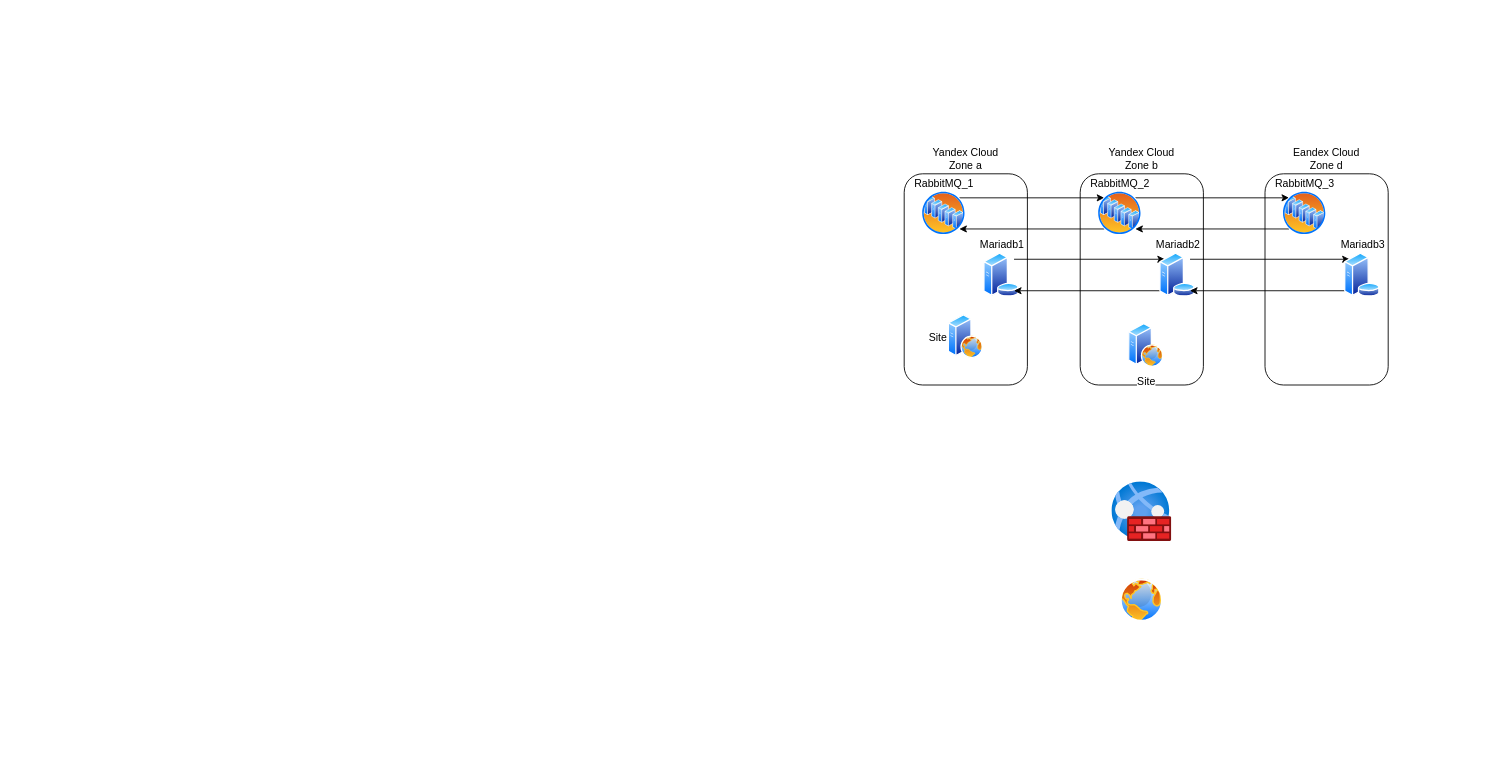
Earlier version of the draw.io diagram Untitled Diagram.drawio (Dasatrys/cosmos-web). Source tidied: cells renumbered, new cells numbered last; positions are measured from the earlier drawing's top-left corner, leaving out a move shared by most shapes. Both pictures are drawn from the tidied source at 88%, with x=0, y=0 at pixel (904, 173).
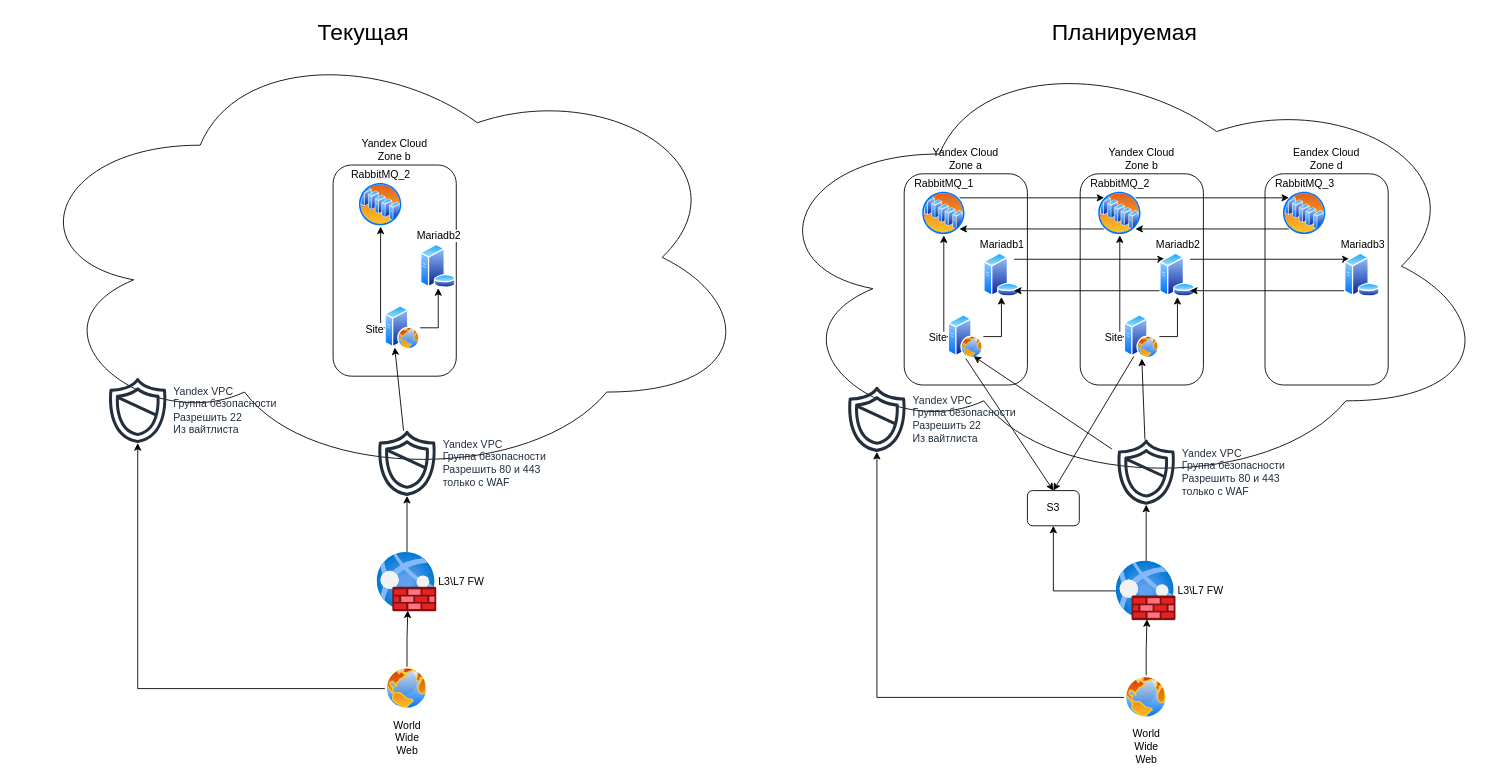
The same diagram, later.

The change refers to these unchanged cells:
```xml
<mxCell id="8" value="&lt;div&gt;RabbitMQ_1&lt;/div&gt;" style="image;perimeter=ellipsePerimeter;html=1;align=center;shadow=0;dashed=0;spacingTop=3;image=img/lib/active_directory/server_farm.svg;labelPosition=center;verticalLabelPosition=top;verticalAlign=bottom;" parent="1" vertex="1">
  <mxGeometry x="20" y="20" width="50" height="50" as="geometry" />
</mxCell>
<mxCell id="13" value="&lt;div&gt;RabbitMQ_3&lt;/div&gt;" style="image;perimeter=ellipsePerimeter;html=1;align=center;shadow=0;dashed=0;spacingTop=3;image=img/lib/active_directory/server_farm.svg;labelPosition=center;verticalLabelPosition=top;verticalAlign=bottom;" parent="1" vertex="1">
  <mxGeometry x="430" y="20" width="50" height="50" as="geometry" />
</mxCell>
<mxCell id="15" value="&lt;div&gt;Mariadb1&lt;/div&gt;" style="image;perimeter=ellipsePerimeter;html=1;align=center;shadow=0;dashed=0;spacingTop=3;image=img/lib/active_directory/database_server.svg;labelPosition=center;verticalLabelPosition=top;verticalAlign=bottom;" parent="1" vertex="1">
  <mxGeometry x="90" y="90" width="41" height="50" as="geometry" />
</mxCell>
<mxCell id="20" value="Mariadb3" style="image;perimeter=ellipsePerimeter;html=1;align=center;shadow=0;dashed=0;spacingTop=3;image=img/lib/active_directory/database_server.svg;labelPosition=center;verticalLabelPosition=top;verticalAlign=bottom;" parent="1" vertex="1">
  <mxGeometry x="500" y="90" width="41" height="50" as="geometry" />
</mxCell>
```

Diff of the diagram source:
```diff
@@
+    <mxCell id="23" style="ellipse;shape=cloud;whiteSpace=wrap;html=1;" parent="1" vertex="1">
+      <mxGeometry x="-1010" y="-160" width="840" height="510" as="geometry" />
+    </mxCell>
+    <mxCell id="24" style="edgeStyle=orthogonalEdgeStyle;rounded=0;jettySize=auto;html=1;exitX=0;exitY=0.5;exitDx=0;exitDy=0;" parent="1" edge="1" source="2" target="32">
+      <mxGeometry relative="1" as="geometry" />
+    </mxCell>
-    <mxCell id="2" style="image;perimeter=ellipsePerimeter;html=1;align=center;shadow=0;dashed=0;spacingTop=3;image=img/lib/active_directory/internet_globe.svg;" parent="1" vertex="1">
-      <mxGeometry x="245" y="460" width="50" height="50" as="geometry" />
+    <mxCell id="2" value="&lt;div&gt;World&lt;/div&gt;&lt;div&gt;Wide&lt;/div&gt;&lt;div&gt;Web&lt;/div&gt;" style="image;perimeter=ellipsePerimeter;html=1;align=center;shadow=0;dashed=0;spacingTop=3;image=img/lib/active_directory/internet_globe.svg;" parent="1" vertex="1">
+      <mxGeometry x="-590" y="560" width="50" height="50" as="geometry" />
     </mxCell>
+    <mxCell id="25" style="edgeStyle=orthogonalEdgeStyle;rounded=0;jettySize=auto;html=1;" parent="1" edge="1" source="3" target="30">
+      <mxGeometry relative="1" as="geometry" />
+    </mxCell>
-    <mxCell id="3" style="image;html=1;points=[];align=center;fontSize=12;image=img/lib/azure2/networking/Web_Application_Firewall_Policies_WAF.svg;" parent="1" vertex="1">
-      <mxGeometry x="236" y="350" width="68" height="68" as="geometry" />
+    <mxCell id="3" value="L3\L7 FW" style="image;html=1;points=[];align=left;fontSize=12;image=img/lib/azure2/networking/Web_Application_Firewall_Policies_WAF.svg;labelPosition=right;verticalLabelPosition=middle;verticalAlign=middle;" parent="1" vertex="1">
+      <mxGeometry x="-599" y="430" width="68" height="68" as="geometry" />
     </mxCell>
+    <mxCell id="5" value="&lt;div&gt;Yandex Cloud&lt;/div&gt;&lt;div&gt;Zone b&lt;/div&gt;" style="rounded=1;whiteSpace=wrap;html=1;labelPosition=center;verticalLabelPosition=top;align=center;verticalAlign=bottom;" parent="1" vertex="1">
+      <mxGeometry x="-649" y="-10" width="140" height="240" as="geometry" />
+    </mxCell>
+    <mxCell id="11" value="&lt;div&gt;RabbitMQ_2&lt;/div&gt;" style="image;perimeter=ellipsePerimeter;html=1;align=center;shadow=0;dashed=0;spacingTop=3;image=img/lib/active_directory/server_farm.svg;labelPosition=center;verticalLabelPosition=top;verticalAlign=bottom;" parent="1" vertex="1">
+      <mxGeometry x="-620" y="10" width="50" height="50" as="geometry" />
+    </mxCell>
+    <mxCell id="18" value="Mariadb2" style="image;perimeter=ellipsePerimeter;html=1;align=center;shadow=0;dashed=0;spacingTop=3;image=img/lib/active_directory/database_server.svg;labelPosition=center;verticalLabelPosition=top;verticalAlign=bottom;" parent="1" vertex="1">
+      <mxGeometry x="-550" y="80" width="41" height="50" as="geometry" />
+    </mxCell>
+    <mxCell id="26" style="edgeStyle=orthogonalEdgeStyle;rounded=0;jettySize=auto;html=1;exitX=0;exitY=0.5;exitDx=0;exitDy=0;entryX=0.5;entryY=1;entryDx=0;entryDy=0;" parent="1" edge="1" source="28" target="11">
+      <mxGeometry relative="1" as="geometry">
+        <Array as="points">
+          <mxPoint x="-595" y="175" />
+        </Array>
+      </mxGeometry>
+    </mxCell>
+    <mxCell id="27" style="edgeStyle=orthogonalEdgeStyle;rounded=0;jettySize=auto;html=1;exitX=1;exitY=0.5;exitDx=0;exitDy=0;entryX=0.5;entryY=1;entryDx=0;entryDy=0;" parent="1" edge="1" source="28" target="18">
+      <mxGeometry relative="1" as="geometry" />
+    </mxCell>
+    <mxCell id="28" value="Site" style="image;perimeter=ellipsePerimeter;html=1;align=right;shadow=0;dashed=0;spacingTop=3;image=img/lib/active_directory/web_server.svg;labelPosition=left;verticalLabelPosition=middle;verticalAlign=middle;" parent="1" vertex="1">
+      <mxGeometry x="-590" y="150" width="40" height="50" as="geometry" />
+    </mxCell>
+    <mxCell id="29" style="rounded=0;jettySize=auto;html=1;entryX=0.25;entryY=1;entryDx=0;entryDy=0;" parent="1" edge="1" source="30" target="28">
+      <mxGeometry relative="1" as="geometry" />
+    </mxCell>
+    <mxCell id="30" value="&lt;div&gt;Yandex VPC&lt;/div&gt;&lt;div&gt;Группа безопасности&lt;/div&gt;&lt;div&gt;Разрешить 80 и 443&amp;nbsp;&lt;/div&gt;&lt;div&gt;только с WAF&lt;/div&gt;" style="sketch=0;outlineConnect=0;fontColor=#232F3E;gradientColor=none;fillColor=#232F3D;strokeColor=none;dashed=0;verticalLabelPosition=middle;verticalAlign=middle;align=left;html=1;fontSize=12;fontStyle=0;shape=mxgraph.aws4.shield2;labelPosition=right;" parent="1" vertex="1">
+      <mxGeometry x="-604" y="290" width="78" height="78" as="geometry" />
+    </mxCell>
+    <mxCell id="31" style="edgeStyle=orthogonalEdgeStyle;rounded=0;jettySize=auto;html=1;exitX=0.5;exitY=0;exitDx=0;exitDy=0;entryX=0.513;entryY=0.974;entryDx=0;entryDy=0;entryPerimeter=0;" parent="1" edge="1" source="2" target="3">
+      <mxGeometry relative="1" as="geometry" />
+    </mxCell>
+    <mxCell id="32" value="&lt;div&gt;Yandex VPC&lt;/div&gt;&lt;div&gt;Группа безопасности&lt;/div&gt;&lt;div&gt;Разрешить 22&lt;/div&gt;&lt;div&gt;Из вайтлиста &lt;br&gt;&lt;/div&gt;" style="sketch=0;outlineConnect=0;fontColor=#232F3E;gradientColor=none;fillColor=#232F3D;strokeColor=none;dashed=0;verticalLabelPosition=middle;verticalAlign=middle;align=left;html=1;fontSize=12;fontStyle=0;shape=mxgraph.aws4.shield2;labelPosition=right;" parent="1" vertex="1">
+      <mxGeometry x="-910" y="230" width="78" height="78" as="geometry" />
+    </mxCell>
+    <mxCell id="33" style="ellipse;shape=cloud;whiteSpace=wrap;html=1;" parent="1" vertex="1">
+      <mxGeometry x="-170" y="-150" width="840" height="510" as="geometry" />
+    </mxCell>
+    <mxCell id="34" style="edgeStyle=orthogonalEdgeStyle;rounded=0;jettySize=auto;html=1;exitX=0;exitY=0.5;exitDx=0;exitDy=0;" parent="1" edge="1" source="35" target="62">
+      <mxGeometry relative="1" as="geometry" />
+    </mxCell>
+    <mxCell id="35" value="&lt;div&gt;World&lt;/div&gt;&lt;div&gt;Wide&lt;/div&gt;&lt;div&gt;Web&lt;/div&gt;" style="image;perimeter=ellipsePerimeter;html=1;align=center;shadow=0;dashed=0;spacingTop=3;image=img/lib/active_directory/internet_globe.svg;" parent="1" vertex="1">
+      <mxGeometry x="250" y="570" width="50" height="50" as="geometry" />
+    </mxCell>
+    <mxCell id="36" style="edgeStyle=orthogonalEdgeStyle;rounded=0;jettySize=auto;html=1;" parent="1" edge="1" source="38" target="60">
+      <mxGeometry relative="1" as="geometry" />
+    </mxCell>
+    <mxCell id="37" style="edgeStyle=orthogonalEdgeStyle;rounded=0;jettySize=auto;html=1;entryX=0.5;entryY=1;entryDx=0;entryDy=0;" parent="1" edge="1" source="38" target="63">
+      <mxGeometry relative="1" as="geometry" />
+    </mxCell>
+    <mxCell id="38" value="L3\L7 FW" style="image;html=1;points=[];align=left;fontSize=12;image=img/lib/azure2/networking/Web_Application_Firewall_Policies_WAF.svg;labelPosition=right;verticalLabelPosition=middle;verticalAlign=middle;" parent="1" vertex="1">
+      <mxGeometry x="241" y="440" width="68" height="68" as="geometry" />
+    </mxCell>
@@
-    <mxCell id="5" value="&lt;div&gt;Yandex Cloud&lt;/div&gt;&lt;div&gt;Zone b&lt;/div&gt;" style="rounded=1;whiteSpace=wrap;html=1;labelPosition=center;verticalLabelPosition=top;align=center;verticalAlign=bottom;" parent="1" vertex="1">
-      <mxGeometry x="200" width="140" height="240" as="geometry" />
-    </mxCell>
+    <mxCell id="39" value="&lt;div&gt;Yandex Cloud&lt;/div&gt;&lt;div&gt;Zone b&lt;/div&gt;" style="rounded=1;whiteSpace=wrap;html=1;labelPosition=center;verticalLabelPosition=top;align=center;verticalAlign=bottom;" parent="1" vertex="1">
+      <mxGeometry x="200" width="140" height="240" as="geometry" />
+    </mxCell>
@@
-    <mxCell id="7" style="edgeStyle=orthogonalEdgeStyle;rounded=0;jettySize=auto;html=1;exitX=1;exitY=0;exitDx=0;exitDy=0;entryX=0;entryY=0;entryDx=0;entryDy=0;" parent="1" edge="1" source="8" target="11">
-      <mxGeometry relative="1" as="geometry" />
-    </mxCell>
+    <mxCell id="40" style="edgeStyle=orthogonalEdgeStyle;rounded=0;jettySize=auto;html=1;exitX=1;exitY=0;exitDx=0;exitDy=0;entryX=0;entryY=0;entryDx=0;entryDy=0;" parent="1" edge="1" source="8" target="43">
+      <mxGeometry relative="1" as="geometry" />
+    </mxCell>
@@
-    <mxCell id="9" style="edgeStyle=orthogonalEdgeStyle;rounded=0;jettySize=auto;html=1;exitX=0;exitY=1;exitDx=0;exitDy=0;entryX=1;entryY=1;entryDx=0;entryDy=0;" parent="1" edge="1" source="11" target="8">
-      <mxGeometry relative="1" as="geometry" />
-    </mxCell>
-    <mxCell id="10" style="edgeStyle=orthogonalEdgeStyle;rounded=0;jettySize=auto;html=1;exitX=1;exitY=0;exitDx=0;exitDy=0;entryX=0;entryY=0;entryDx=0;entryDy=0;" parent="1" edge="1" source="11" target="13">
-      <mxGeometry relative="1" as="geometry" />
-    </mxCell>
-    <mxCell id="11" value="&lt;div&gt;RabbitMQ_2&lt;/div&gt;" style="image;perimeter=ellipsePerimeter;html=1;align=center;shadow=0;dashed=0;spacingTop=3;image=img/lib/active_directory/server_farm.svg;labelPosition=center;verticalLabelPosition=top;verticalAlign=bottom;" parent="1" vertex="1">
-      <mxGeometry x="220" y="20" width="50" height="50" as="geometry" />
-    </mxCell>
-    <mxCell id="12" style="edgeStyle=orthogonalEdgeStyle;rounded=0;jettySize=auto;html=1;exitX=0;exitY=1;exitDx=0;exitDy=0;entryX=1;entryY=1;entryDx=0;entryDy=0;" parent="1" edge="1" source="13" target="11">
-      <mxGeometry relative="1" as="geometry" />
-    </mxCell>
+    <mxCell id="41" style="edgeStyle=orthogonalEdgeStyle;rounded=0;jettySize=auto;html=1;exitX=0;exitY=1;exitDx=0;exitDy=0;entryX=1;entryY=1;entryDx=0;entryDy=0;" parent="1" edge="1" source="43" target="8">
+      <mxGeometry relative="1" as="geometry" />
+    </mxCell>
+    <mxCell id="42" style="edgeStyle=orthogonalEdgeStyle;rounded=0;jettySize=auto;html=1;exitX=1;exitY=0;exitDx=0;exitDy=0;entryX=0;entryY=0;entryDx=0;entryDy=0;" parent="1" edge="1" source="43" target="13">
+      <mxGeometry relative="1" as="geometry" />
+    </mxCell>
+    <mxCell id="43" value="&lt;div&gt;RabbitMQ_2&lt;/div&gt;" style="image;perimeter=ellipsePerimeter;html=1;align=center;shadow=0;dashed=0;spacingTop=3;image=img/lib/active_directory/server_farm.svg;labelPosition=center;verticalLabelPosition=top;verticalAlign=bottom;" parent="1" vertex="1">
+      <mxGeometry x="220" y="20" width="50" height="50" as="geometry" />
+    </mxCell>
+    <mxCell id="44" style="edgeStyle=orthogonalEdgeStyle;rounded=0;jettySize=auto;html=1;exitX=0;exitY=1;exitDx=0;exitDy=0;entryX=1;entryY=1;entryDx=0;entryDy=0;" parent="1" edge="1" source="13" target="43">
+      <mxGeometry relative="1" as="geometry" />
+    </mxCell>
@@
-    <mxCell id="14" style="edgeStyle=orthogonalEdgeStyle;rounded=0;jettySize=auto;html=1;exitX=1;exitY=0;exitDx=0;exitDy=0;entryX=0;entryY=0;entryDx=0;entryDy=0;" parent="1" edge="1" source="15" target="18">
-      <mxGeometry relative="1" as="geometry" />
-    </mxCell>
+    <mxCell id="45" style="edgeStyle=orthogonalEdgeStyle;rounded=0;jettySize=auto;html=1;exitX=1;exitY=0;exitDx=0;exitDy=0;entryX=0;entryY=0;entryDx=0;entryDy=0;" parent="1" edge="1" source="15" target="48">
+      <mxGeometry relative="1" as="geometry" />
+    </mxCell>
@@
-    <mxCell id="16" style="edgeStyle=orthogonalEdgeStyle;rounded=0;jettySize=auto;html=1;exitX=1;exitY=0;exitDx=0;exitDy=0;entryX=0;entryY=0;entryDx=0;entryDy=0;" parent="1" edge="1" source="18" target="20">
-      <mxGeometry relative="1" as="geometry" />
-    </mxCell>
-    <mxCell id="17" style="edgeStyle=orthogonalEdgeStyle;rounded=0;jettySize=auto;html=1;exitX=0;exitY=1;exitDx=0;exitDy=0;entryX=1;entryY=1;entryDx=0;entryDy=0;" parent="1" edge="1" source="18" target="15">
-      <mxGeometry relative="1" as="geometry" />
-    </mxCell>
-    <mxCell id="18" value="Mariadb2" style="image;perimeter=ellipsePerimeter;html=1;align=center;shadow=0;dashed=0;spacingTop=3;image=img/lib/active_directory/database_server.svg;labelPosition=center;verticalLabelPosition=top;verticalAlign=bottom;" parent="1" vertex="1">
-      <mxGeometry x="290" y="90" width="41" height="50" as="geometry" />
-    </mxCell>
-    <mxCell id="19" style="edgeStyle=orthogonalEdgeStyle;rounded=0;jettySize=auto;html=1;exitX=0;exitY=1;exitDx=0;exitDy=0;entryX=1;entryY=1;entryDx=0;entryDy=0;" parent="1" edge="1" source="20" target="18">
-      <mxGeometry relative="1" as="geometry" />
-    </mxCell>
+    <mxCell id="46" style="edgeStyle=orthogonalEdgeStyle;rounded=0;jettySize=auto;html=1;exitX=1;exitY=0;exitDx=0;exitDy=0;entryX=0;entryY=0;entryDx=0;entryDy=0;" parent="1" edge="1" source="48" target="20">
+      <mxGeometry relative="1" as="geometry" />
+    </mxCell>
+    <mxCell id="47" style="edgeStyle=orthogonalEdgeStyle;rounded=0;jettySize=auto;html=1;exitX=0;exitY=1;exitDx=0;exitDy=0;entryX=1;entryY=1;entryDx=0;entryDy=0;" parent="1" edge="1" source="48" target="15">
+      <mxGeometry relative="1" as="geometry" />
+    </mxCell>
+    <mxCell id="48" value="Mariadb2" style="image;perimeter=ellipsePerimeter;html=1;align=center;shadow=0;dashed=0;spacingTop=3;image=img/lib/active_directory/database_server.svg;labelPosition=center;verticalLabelPosition=top;verticalAlign=bottom;" parent="1" vertex="1">
+      <mxGeometry x="290" y="90" width="41" height="50" as="geometry" />
+    </mxCell>
+    <mxCell id="49" style="edgeStyle=orthogonalEdgeStyle;rounded=0;jettySize=auto;html=1;exitX=0;exitY=1;exitDx=0;exitDy=0;entryX=1;entryY=1;entryDx=0;entryDy=0;" parent="1" edge="1" source="20" target="48">
+      <mxGeometry relative="1" as="geometry" />
+    </mxCell>
@@
-    <mxCell id="21" value="Site" style="image;perimeter=ellipsePerimeter;html=1;align=right;shadow=0;dashed=0;spacingTop=3;image=img/lib/active_directory/web_server.svg;labelPosition=left;verticalLabelPosition=middle;verticalAlign=middle;" parent="1" vertex="1">
-      <mxGeometry x="50" y="160" width="40" height="50" as="geometry" />
-    </mxCell>
-    <mxCell id="22" value="Site" style="image;perimeter=ellipsePerimeter;html=1;align=center;shadow=0;dashed=0;spacingTop=3;image=img/lib/active_directory/web_server.svg;" parent="1" vertex="1">
-      <mxGeometry x="255" y="170" width="40" height="50" as="geometry" />
-    </mxCell>
+    <mxCell id="50" style="edgeStyle=orthogonalEdgeStyle;rounded=0;jettySize=auto;html=1;exitX=0;exitY=0.5;exitDx=0;exitDy=0;entryX=0.5;entryY=1;entryDx=0;entryDy=0;" parent="1" edge="1" source="53" target="8">
+      <mxGeometry relative="1" as="geometry">
+        <Array as="points">
+          <mxPoint x="45" y="185" />
+        </Array>
+      </mxGeometry>
+    </mxCell>
+    <mxCell id="51" style="edgeStyle=orthogonalEdgeStyle;rounded=0;jettySize=auto;html=1;exitX=1;exitY=0.5;exitDx=0;exitDy=0;entryX=0.5;entryY=1;entryDx=0;entryDy=0;" parent="1" edge="1" source="53" target="15">
+      <mxGeometry relative="1" as="geometry" />
+    </mxCell>
+    <mxCell id="52" style="rounded=0;jettySize=auto;html=1;exitX=0.5;exitY=1;exitDx=0;exitDy=0;entryX=0.5;entryY=0;entryDx=0;entryDy=0;" parent="1" edge="1" source="53" target="63">
+      <mxGeometry relative="1" as="geometry" />
+    </mxCell>
+    <mxCell id="53" value="Site" style="image;perimeter=ellipsePerimeter;html=1;align=right;shadow=0;dashed=0;spacingTop=3;image=img/lib/active_directory/web_server.svg;labelPosition=left;verticalLabelPosition=middle;verticalAlign=middle;" parent="1" vertex="1">
+      <mxGeometry x="50" y="160" width="40" height="50" as="geometry" />
+    </mxCell>
+    <mxCell id="54" style="edgeStyle=orthogonalEdgeStyle;rounded=0;jettySize=auto;html=1;exitX=0;exitY=0.5;exitDx=0;exitDy=0;entryX=0.5;entryY=1;entryDx=0;entryDy=0;" parent="1" edge="1" source="57" target="43">
+      <mxGeometry relative="1" as="geometry">
+        <Array as="points">
+          <mxPoint x="245" y="185" />
+        </Array>
+      </mxGeometry>
+    </mxCell>
+    <mxCell id="55" style="edgeStyle=orthogonalEdgeStyle;rounded=0;jettySize=auto;html=1;exitX=1;exitY=0.5;exitDx=0;exitDy=0;entryX=0.5;entryY=1;entryDx=0;entryDy=0;" parent="1" edge="1" source="57" target="48">
+      <mxGeometry relative="1" as="geometry" />
+    </mxCell>
+    <mxCell id="56" style="rounded=0;jettySize=auto;html=1;exitX=0.25;exitY=1;exitDx=0;exitDy=0;entryX=0.5;entryY=0;entryDx=0;entryDy=0;" parent="1" edge="1" source="57" target="63">
+      <mxGeometry relative="1" as="geometry" />
+    </mxCell>
+    <mxCell id="57" value="Site" style="image;perimeter=ellipsePerimeter;html=1;align=right;shadow=0;dashed=0;spacingTop=3;image=img/lib/active_directory/web_server.svg;labelPosition=left;verticalLabelPosition=middle;verticalAlign=middle;" parent="1" vertex="1">
+      <mxGeometry x="250" y="160" width="40" height="50" as="geometry" />
+    </mxCell>
+    <mxCell id="58" style="rounded=0;jettySize=auto;html=1;entryX=0.5;entryY=1;entryDx=0;entryDy=0;" parent="1" edge="1" source="60" target="57">
+      <mxGeometry relative="1" as="geometry" />
+    </mxCell>
+    <mxCell id="59" style="rounded=0;jettySize=auto;html=1;entryX=0.75;entryY=1;entryDx=0;entryDy=0;" parent="1" edge="1" source="60" target="53">
+      <mxGeometry relative="1" as="geometry" />
+    </mxCell>
+    <mxCell id="60" value="&lt;div&gt;Yandex VPC&lt;/div&gt;&lt;div&gt;Группа безопасности&lt;/div&gt;&lt;div&gt;Разрешить 80 и 443&amp;nbsp;&lt;/div&gt;&lt;div&gt;только с WAF&lt;/div&gt;" style="sketch=0;outlineConnect=0;fontColor=#232F3E;gradientColor=none;fillColor=#232F3D;strokeColor=none;dashed=0;verticalLabelPosition=middle;verticalAlign=middle;align=left;html=1;fontSize=12;fontStyle=0;shape=mxgraph.aws4.shield2;labelPosition=right;" parent="1" vertex="1">
+      <mxGeometry x="236" y="300" width="78" height="78" as="geometry" />
+    </mxCell>
+    <mxCell id="61" style="edgeStyle=orthogonalEdgeStyle;rounded=0;jettySize=auto;html=1;exitX=0.5;exitY=0;exitDx=0;exitDy=0;entryX=0.513;entryY=0.974;entryDx=0;entryDy=0;entryPerimeter=0;" parent="1" edge="1" source="35" target="38">
+      <mxGeometry relative="1" as="geometry" />
+    </mxCell>
+    <mxCell id="62" value="&lt;div&gt;Yandex VPC&lt;/div&gt;&lt;div&gt;Группа безопасности&lt;/div&gt;&lt;div&gt;Разрешить 22&lt;/div&gt;&lt;div&gt;Из вайтлиста &lt;br&gt;&lt;/div&gt;" style="sketch=0;outlineConnect=0;fontColor=#232F3E;gradientColor=none;fillColor=#232F3D;strokeColor=none;dashed=0;verticalLabelPosition=middle;verticalAlign=middle;align=left;html=1;fontSize=12;fontStyle=0;shape=mxgraph.aws4.shield2;labelPosition=right;" parent="1" vertex="1">
+      <mxGeometry x="-70" y="240" width="78" height="78" as="geometry" />
+    </mxCell>
+    <mxCell id="63" value="S3" style="rounded=1;whiteSpace=wrap;html=1;" parent="1" vertex="1">
+      <mxGeometry x="140" y="360" width="59" height="40" as="geometry" />
+    </mxCell>
+    <mxCell id="64" value="&lt;font style=&quot;font-size: 26px;&quot;&gt;Текущая&lt;/font&gt;" style="text;html=1;align=center;verticalAlign=middle;strokeColor=none;fillColor=none;" parent="1" vertex="1">
+      <mxGeometry x="-680" y="-180" width="130" height="40" as="geometry" />
+    </mxCell>
+    <mxCell id="65" value="&lt;font style=&quot;font-size: 26px;&quot;&gt;Планируемая&lt;/font&gt;" style="text;html=1;align=center;verticalAlign=middle;strokeColor=none;fillColor=none;" parent="1" vertex="1">
+      <mxGeometry x="155" y="-180" width="190" height="40" as="geometry" />
+    </mxCell>
```
